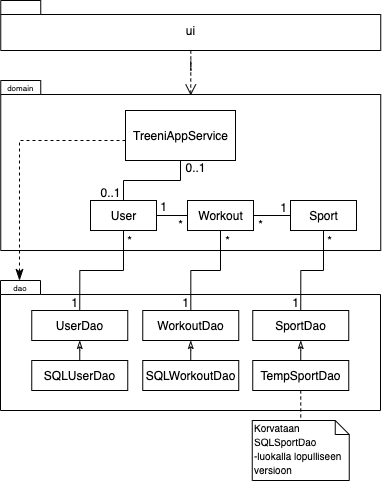
Before: dokumentaatio/kuvat/pakkauskaavio.png, a diagram exported from draw.io (teemuoksanen/ot-harjoitustyo). Source tidied: cells renumbered, new cells last; positions are measured from the earlier drawing's top-left corner, leaving out a move shared by most shapes. The source it was exported from:
```xml
<mxGraphModel background="#ffffff">
  <root>
    <mxCell id="0" />
    <mxCell id="1" parent="0" />
    <mxCell id="2" style="edgeStyle=orthogonalEdgeStyle;rounded=0;jettySize=auto;html=1;entryX=0.5;entryY=0.088;entryDx=0;entryDy=0;entryPerimeter=0;dashed=1;startSize=6;endArrow=open;endFill=0;endSize=9;targetPerimeterSpacing=0;fontSize=12;" parent="1" edge="1" source="3" target="4">
      <mxGeometry relative="1" as="geometry" />
    </mxCell>
    <mxCell id="3" value="ui" style="shape=folder;fontStyle=0;spacingTop=10;tabWidth=40;tabHeight=14;tabPosition=left;html=1;" parent="1" vertex="1">
      <mxGeometry x="0.2" width="380" height="50" as="geometry" />
    </mxCell>
    <mxCell id="4" style="shape=folder;fontStyle=1;spacingTop=10;tabWidth=40;tabHeight=14;tabPosition=left;html=1;" parent="1" vertex="1">
      <mxGeometry x="0.2" y="80" width="380" height="170" as="geometry" />
    </mxCell>
    <mxCell id="5" value="domain" style="text;align=center;fontStyle=0;verticalAlign=middle;spacingLeft=3;spacingRight=3;strokeColor=none;fontSize=8;" parent="1" vertex="1">
      <mxGeometry x="0.2" y="83" width="40" height="10" as="geometry" />
    </mxCell>
    <mxCell id="6" style="edgeStyle=orthogonalEdgeStyle;rounded=0;jettySize=auto;html=1;exitX=0.5;exitY=1;exitDx=0;exitDy=0;entryX=0.5;entryY=0;entryDx=0;entryDy=0;startSize=6;endArrow=none;endFill=0;endSize=9;targetPerimeterSpacing=0;fontSize=12;" parent="1" edge="1" source="8" target="10">
      <mxGeometry relative="1" as="geometry" />
    </mxCell>
    <mxCell id="7" style="edgeStyle=elbowEdgeStyle;rounded=0;jettySize=auto;html=1;startSize=6;endArrow=classicThin;endFill=1;endSize=9;targetPerimeterSpacing=0;fontSize=12;elbow=vertical;entryX=0.475;entryY=-0.182;entryDx=0;entryDy=0;entryPerimeter=0;dashed=1;" parent="1" edge="1" source="8" target="15">
      <mxGeometry relative="1" as="geometry">
        <Array as="points">
          <mxPoint x="70" y="140" />
        </Array>
      </mxGeometry>
    </mxCell>
    <mxCell id="8" value="TreeniAppService" style="html=1;fontSize=12;" parent="1" vertex="1">
      <mxGeometry x="125" y="110" width="110" height="50" as="geometry" />
    </mxCell>
    <mxCell id="9" style="edgeStyle=orthogonalEdgeStyle;rounded=0;jettySize=auto;html=1;exitX=1;exitY=0.5;exitDx=0;exitDy=0;entryX=0;entryY=0.5;entryDx=0;entryDy=0;startSize=6;endArrow=none;endFill=0;endSize=9;targetPerimeterSpacing=0;fontSize=12;" parent="1" edge="1" source="10" target="12">
      <mxGeometry relative="1" as="geometry" />
    </mxCell>
    <mxCell id="10" value="User" style="html=1;fontSize=12;" parent="1" vertex="1">
      <mxGeometry x="90" y="200" width="66" height="30" as="geometry" />
    </mxCell>
    <mxCell id="11" style="edgeStyle=orthogonalEdgeStyle;rounded=0;jettySize=auto;html=1;exitX=1;exitY=0.5;exitDx=0;exitDy=0;entryX=0;entryY=0.5;entryDx=0;entryDy=0;startSize=6;endArrow=none;endFill=0;endSize=9;targetPerimeterSpacing=0;fontSize=12;" parent="1" edge="1" source="12" target="13">
      <mxGeometry relative="1" as="geometry" />
    </mxCell>
    <mxCell id="12" value="Workout" style="html=1;fontSize=12;" parent="1" vertex="1">
      <mxGeometry x="187" y="200" width="66" height="30" as="geometry" />
    </mxCell>
    <mxCell id="13" value="Sport" style="html=1;fontSize=12;" parent="1" vertex="1">
      <mxGeometry x="290" y="200" width="66" height="30" as="geometry" />
    </mxCell>
    <mxCell id="14" style="shape=folder;fontStyle=1;spacingTop=10;tabWidth=40;tabHeight=14;tabPosition=left;html=1;" parent="1" vertex="1">
      <mxGeometry y="280" width="380" height="130" as="geometry" />
    </mxCell>
    <mxCell id="15" value="dao" style="text;align=center;fontStyle=0;verticalAlign=middle;spacingLeft=3;spacingRight=3;strokeColor=none;points=[[0,0.5],[1,0.5]];portConstraint=eastwest;fontSize=8;" parent="1" vertex="1">
      <mxGeometry y="282" width="40" height="11" as="geometry" />
    </mxCell>
    <mxCell id="16" style="edgeStyle=elbowEdgeStyle;rounded=0;jettySize=auto;elbow=vertical;html=1;entryX=0.5;entryY=1;entryDx=0;entryDy=0;startArrow=none;startFill=0;startSize=6;endArrow=classicThin;endFill=0;endSize=6;targetPerimeterSpacing=0;fontSize=12;" parent="1" edge="1" source="17" target="23">
      <mxGeometry relative="1" as="geometry" />
    </mxCell>
    <mxCell id="17" value="SQLWorkoutDao" style="html=1;fontSize=12;" parent="1" vertex="1">
      <mxGeometry x="142.2" y="360" width="96" height="30" as="geometry" />
    </mxCell>
    <mxCell id="18" style="edgeStyle=elbowEdgeStyle;rounded=0;jettySize=auto;elbow=vertical;html=1;entryX=0.5;entryY=1;entryDx=0;entryDy=0;startArrow=none;startFill=0;startSize=6;endArrow=classicThin;endFill=0;endSize=6;targetPerimeterSpacing=0;fontSize=12;" parent="1" edge="1" source="19" target="24">
      <mxGeometry relative="1" as="geometry" />
    </mxCell>
    <mxCell id="19" value="SQLUserDao" style="html=1;fontSize=12;" parent="1" vertex="1">
      <mxGeometry x="31.2" y="360" width="96" height="30" as="geometry" />
    </mxCell>
    <mxCell id="20" style="edgeStyle=elbowEdgeStyle;rounded=0;jettySize=auto;elbow=vertical;html=1;entryX=0.5;entryY=1;entryDx=0;entryDy=0;startArrow=none;startFill=0;startSize=6;endArrow=classicThin;endFill=0;endSize=6;targetPerimeterSpacing=0;fontSize=12;" parent="1" edge="1" source="22" target="25">
      <mxGeometry relative="1" as="geometry" />
    </mxCell>
    <mxCell id="21" style="edgeStyle=elbowEdgeStyle;rounded=0;jettySize=auto;elbow=vertical;html=1;exitX=0.5;exitY=1;exitDx=0;exitDy=0;entryX=0.5;entryY=0;entryDx=0;entryDy=0;entryPerimeter=0;startArrow=none;startFill=0;startSize=6;endArrow=none;endFill=0;endSize=6;targetPerimeterSpacing=0;fontSize=12;dashed=1;" parent="1" edge="1" source="22" target="41">
      <mxGeometry relative="1" as="geometry" />
    </mxCell>
    <mxCell id="22" value="TempSportDao" style="html=1;fontSize=12;" parent="1" vertex="1">
      <mxGeometry x="252.2" y="360" width="96" height="30" as="geometry" />
    </mxCell>
    <mxCell id="23" value="WorkoutDao" style="html=1;fontSize=12;" parent="1" vertex="1">
      <mxGeometry x="142.2" y="310" width="96" height="30" as="geometry" />
    </mxCell>
    <mxCell id="24" value="UserDao" style="html=1;fontSize=12;" parent="1" vertex="1">
      <mxGeometry x="31.2" y="310" width="96" height="30" as="geometry" />
    </mxCell>
    <mxCell id="25" value="SportDao" style="html=1;fontSize=12;" parent="1" vertex="1">
      <mxGeometry x="252.2" y="310" width="96" height="30" as="geometry" />
    </mxCell>
    <mxCell id="26" style="edgeStyle=orthogonalEdgeStyle;rounded=0;jettySize=auto;html=1;exitX=0.5;exitY=1;exitDx=0;exitDy=0;entryX=0.5;entryY=0;entryDx=0;entryDy=0;startSize=6;endArrow=none;endFill=0;endSize=9;targetPerimeterSpacing=0;fontSize=12;" parent="1" edge="1" source="13" target="25">
      <mxGeometry relative="1" as="geometry" />
    </mxCell>
    <mxCell id="27" style="edgeStyle=orthogonalEdgeStyle;rounded=0;jettySize=auto;html=1;exitX=0.5;exitY=1;exitDx=0;exitDy=0;startSize=6;endArrow=none;endFill=0;endSize=9;targetPerimeterSpacing=0;fontSize=12;" parent="1" edge="1" source="12" target="23">
      <mxGeometry relative="1" as="geometry" />
    </mxCell>
    <mxCell id="28" style="edgeStyle=orthogonalEdgeStyle;rounded=0;jettySize=auto;html=1;exitX=0.5;exitY=1;exitDx=0;exitDy=0;entryX=0.5;entryY=0;entryDx=0;entryDy=0;startSize=6;endArrow=none;endFill=0;endSize=9;targetPerimeterSpacing=0;fontSize=12;" parent="1" edge="1" source="10" target="24">
      <mxGeometry relative="1" as="geometry" />
    </mxCell>
    <mxCell id="29" value="1" style="text;html=1;align=center;verticalAlign=middle;fontSize=12;" parent="1" vertex="1">
      <mxGeometry x="176.3" y="286.5" as="geometry">
        <mxPoint x="8.7" y="15.3" as="offset" />
      </mxGeometry>
    </mxCell>
    <mxCell id="30" value="1" style="text;html=1;align=center;verticalAlign=middle;fontSize=12;" parent="1" vertex="1">
      <mxGeometry x="286.3" y="286.5" as="geometry">
        <mxPoint x="8.7" y="15.3" as="offset" />
      </mxGeometry>
    </mxCell>
    <mxCell id="31" value="1" style="text;html=1;align=center;verticalAlign=middle;fontSize=12;" parent="1" vertex="1">
      <mxGeometry x="65.3" y="286.5" as="geometry">
        <mxPoint x="8.7" y="15.3" as="offset" />
      </mxGeometry>
    </mxCell>
    <mxCell id="32" value="1" style="text;html=1;align=center;verticalAlign=middle;fontSize=12;" parent="1" vertex="1">
      <mxGeometry x="154" y="191" as="geometry">
        <mxPoint x="8.7" y="15.3" as="offset" />
      </mxGeometry>
    </mxCell>
    <mxCell id="33" value="1" style="text;html=1;align=center;verticalAlign=middle;fontSize=12;" parent="1" vertex="1">
      <mxGeometry x="274" y="192" as="geometry">
        <mxPoint x="8.7" y="15.3" as="offset" />
      </mxGeometry>
    </mxCell>
    <mxCell id="34" value="*" style="text;html=1;align=center;verticalAlign=middle;fontSize=12;" parent="1" vertex="1">
      <mxGeometry x="320" y="225" as="geometry">
        <mxPoint x="8.7" y="15.3" as="offset" />
      </mxGeometry>
    </mxCell>
    <mxCell id="35" value="*" style="text;html=1;align=center;verticalAlign=middle;fontSize=12;" parent="1" vertex="1">
      <mxGeometry x="218" y="225" as="geometry">
        <mxPoint x="8.7" y="15.3" as="offset" />
      </mxGeometry>
    </mxCell>
    <mxCell id="36" value="*" style="text;html=1;align=center;verticalAlign=middle;fontSize=12;" parent="1" vertex="1">
      <mxGeometry x="120" y="225" as="geometry">
        <mxPoint x="8.7" y="15.3" as="offset" />
      </mxGeometry>
    </mxCell>
    <mxCell id="37" value="*" style="text;html=1;align=center;verticalAlign=middle;fontSize=12;" parent="1" vertex="1">
      <mxGeometry x="171" y="209" as="geometry">
        <mxPoint x="8.7" y="15.3" as="offset" />
      </mxGeometry>
    </mxCell>
    <mxCell id="38" value="*" style="text;html=1;align=center;verticalAlign=middle;fontSize=12;" parent="1" vertex="1">
      <mxGeometry x="251" y="209" as="geometry">
        <mxPoint x="8.7" y="15.3" as="offset" />
      </mxGeometry>
    </mxCell>
    <mxCell id="39" value="0..1" style="text;html=1;align=center;verticalAlign=middle;fontSize=12;" parent="1" vertex="1">
      <mxGeometry x="186" y="152" as="geometry">
        <mxPoint x="8.7" y="15.3" as="offset" />
      </mxGeometry>
    </mxCell>
    <mxCell id="40" value="0..1" style="text;html=1;align=center;verticalAlign=middle;fontSize=12;" parent="1" vertex="1">
      <mxGeometry x="101" y="177" as="geometry">
        <mxPoint x="8.7" y="15.3" as="offset" />
      </mxGeometry>
    </mxCell>
    <mxCell id="41" value="&lt;font style=&quot;font-size: 10px&quot;&gt;Korvataan&lt;br&gt;SQLSportDao&lt;br&gt;-luokalla lopulliseen versioon&lt;/font&gt;" style="shape=note;whiteSpace=wrap;html=1;size=14;verticalAlign=top;align=left;spacingTop=-6;fontSize=12;" parent="1" vertex="1">
      <mxGeometry x="251.8" y="420" width="97" height="60" as="geometry" />
    </mxCell>
  </root>
</mxGraphModel>
```
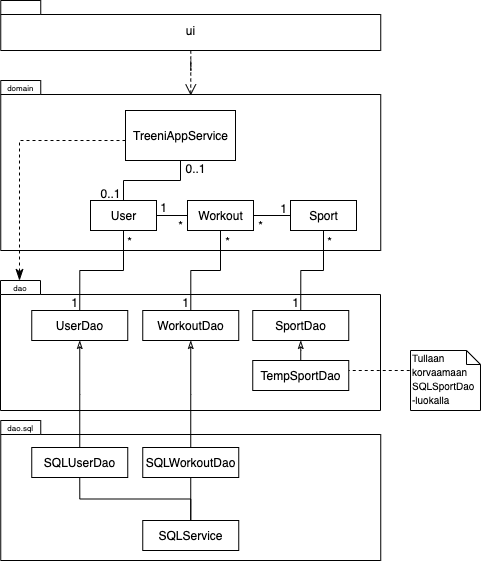
After the commit.

Commit message:
Uusi pakkauskaavio

The edit, as a diff of the source:
```diff
@@ -2,6 +2,9 @@
   <root>
     <mxCell id="0" />
     <mxCell id="1" parent="0" />
+    <mxCell id="42" style="shape=folder;fontStyle=1;spacingTop=10;tabWidth=40;tabHeight=14;tabPosition=left;html=1;" parent="1" vertex="1">
+      <mxGeometry x="0.2" y="420" width="380" height="140" as="geometry" />
+    </mxCell>
     <mxCell id="2" style="edgeStyle=orthogonalEdgeStyle;rounded=0;jettySize=auto;html=1;entryX=0.5;entryY=0.088;entryDx=0;entryDy=0;entryPerimeter=0;dashed=1;startSize=6;endArrow=open;endFill=0;endSize=9;targetPerimeterSpacing=0;fontSize=12;" parent="1" edge="1" source="3" target="4">
       <mxGeometry relative="1" as="geometry" />
     </mxCell>
@@ -52,13 +55,13 @@
       <mxGeometry relative="1" as="geometry" />
     </mxCell>
     <mxCell id="17" value="SQLWorkoutDao" style="html=1;fontSize=12;" parent="1" vertex="1">
-      <mxGeometry x="142.2" y="360" width="96" height="30" as="geometry" />
+      <mxGeometry x="142.2" y="447" width="96" height="30" as="geometry" />
     </mxCell>
     <mxCell id="18" style="edgeStyle=elbowEdgeStyle;rounded=0;jettySize=auto;elbow=vertical;html=1;entryX=0.5;entryY=1;entryDx=0;entryDy=0;startArrow=none;startFill=0;startSize=6;endArrow=classicThin;endFill=0;endSize=6;targetPerimeterSpacing=0;fontSize=12;" parent="1" edge="1" source="19" target="24">
       <mxGeometry relative="1" as="geometry" />
     </mxCell>
     <mxCell id="19" value="SQLUserDao" style="html=1;fontSize=12;" parent="1" vertex="1">
-      <mxGeometry x="31.2" y="360" width="96" height="30" as="geometry" />
+      <mxGeometry x="31.2" y="447" width="96" height="30" as="geometry" />
     </mxCell>
     <mxCell id="20" style="edgeStyle=elbowEdgeStyle;rounded=0;jettySize=auto;elbow=vertical;html=1;entryX=0.5;entryY=1;entryDx=0;entryDy=0;startArrow=none;startFill=0;startSize=6;endArrow=classicThin;endFill=0;endSize=6;targetPerimeterSpacing=0;fontSize=12;" parent="1" edge="1" source="22" target="25">
       <mxGeometry relative="1" as="geometry" />
@@ -147,8 +150,20 @@
         <mxPoint x="8.7" y="15.3" as="offset" />
       </mxGeometry>
     </mxCell>
-    <mxCell id="41" value="&lt;font style=&quot;font-size: 10px&quot;&gt;Korvataan&lt;br&gt;SQLSportDao&lt;br&gt;-luokalla lopulliseen versioon&lt;/font&gt;" style="shape=note;whiteSpace=wrap;html=1;size=14;verticalAlign=top;align=left;spacingTop=-6;fontSize=12;" parent="1" vertex="1">
-      <mxGeometry x="251.8" y="420" width="97" height="60" as="geometry" />
+    <mxCell id="41" value="&lt;font style=&quot;font-size: 10px&quot;&gt;Tullaan &lt;br&gt;korvaamaan&lt;br&gt;SQLSportDao&lt;br&gt;-luokalla&lt;/font&gt;" style="shape=note;whiteSpace=wrap;html=1;size=14;verticalAlign=top;align=left;spacingTop=-6;fontSize=12;" parent="1" vertex="1">
+      <mxGeometry x="410" y="350" width="70" height="60" as="geometry" />
     </mxCell>
+    <mxCell id="43" value="dao.sql" style="text;align=center;fontStyle=0;verticalAlign=middle;spacingLeft=3;spacingRight=3;strokeColor=none;fontSize=8;" parent="1" vertex="1">
+      <mxGeometry x="0.2" y="422" width="40" height="11" as="geometry" />
+    </mxCell>
+    <mxCell id="44" style="edgeStyle=orthogonalEdgeStyle;rounded=0;jettySize=auto;html=1;exitX=0.5;exitY=0;exitDx=0;exitDy=0;entryX=0.5;entryY=1;entryDx=0;entryDy=0;endArrow=none;endFill=0;" parent="1" edge="1" source="46" target="19">
+      <mxGeometry relative="1" as="geometry" />
+    </mxCell>
+    <mxCell id="45" style="edgeStyle=orthogonalEdgeStyle;rounded=0;jettySize=auto;html=1;endArrow=none;endFill=0;" parent="1" edge="1" source="46" target="17">
+      <mxGeometry relative="1" as="geometry" />
+    </mxCell>
+    <mxCell id="46" value="SQLService" style="html=1;fontSize=12;" parent="1" vertex="1">
+      <mxGeometry x="142.2" y="520" width="96" height="30" as="geometry" />
+    </mxCell>
   </root>
 </mxGraphModel>
```
